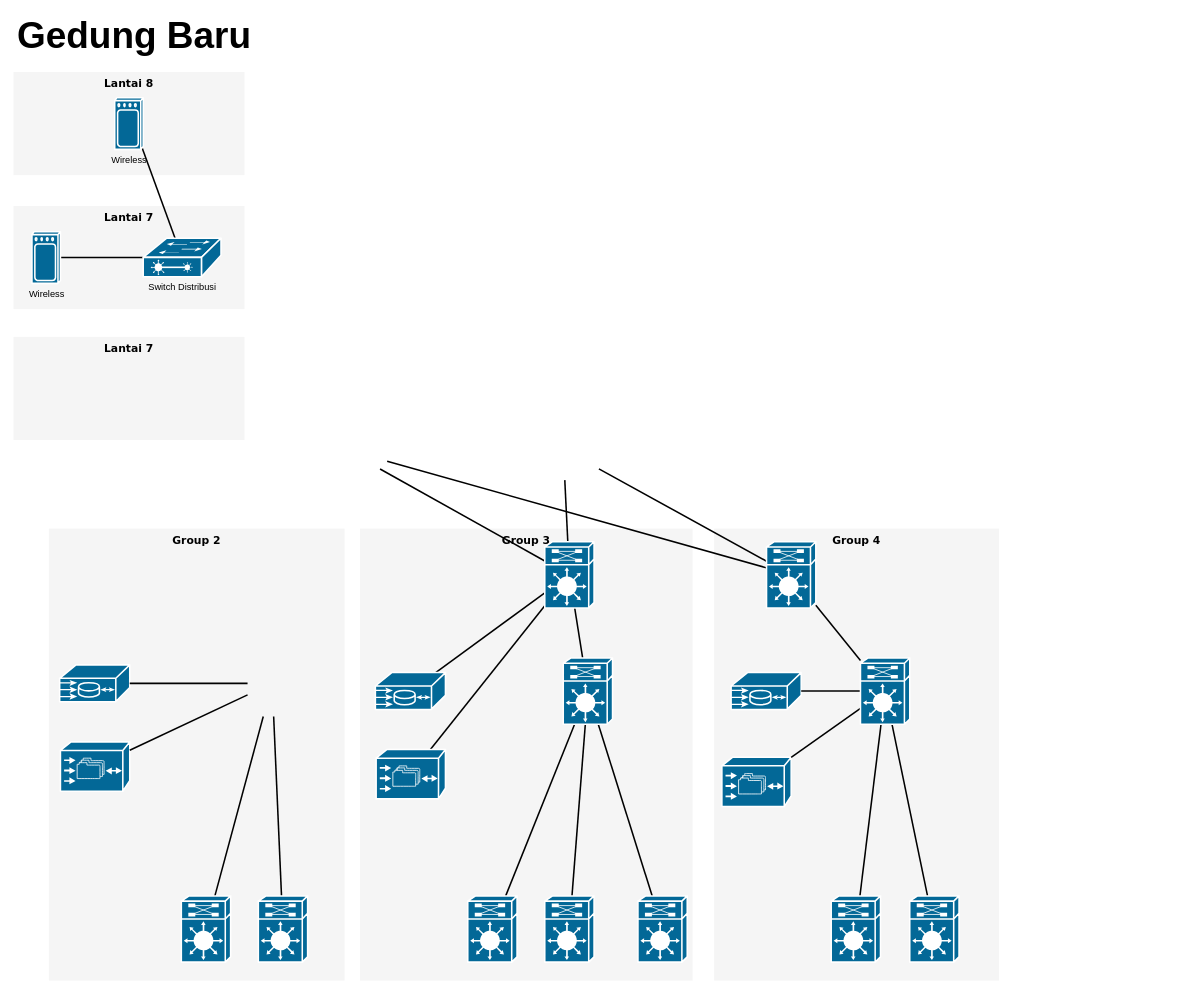
Before: Untitled Diagram.drawio in kaliadi/proyek-ku, a draw.io diagram. Source tidied: cells renumbered, new cells numbered last; positions are measured from the earlier drawing's top-left corner, leaving out a move shared by most shapes. Both pictures are drawn from the tidied source at 77%, with x=0, y=0 at pixel (13, 21).
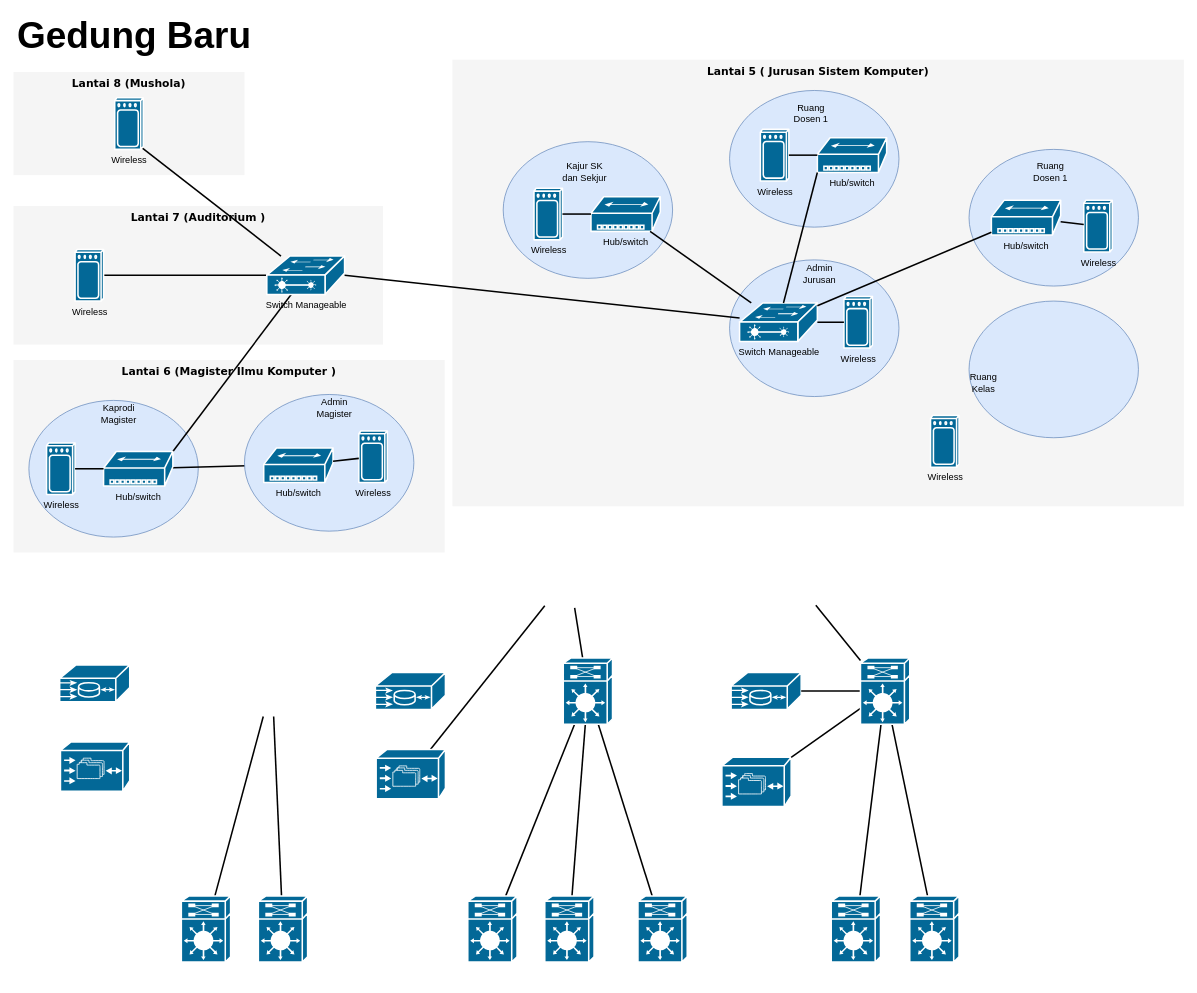
The same page after the edit.

The change refers to these unchanged cells:
```xml
<mxCell id="19" style="shape=mxgraph.cisco.misc.me1100;html=1;dashed=0;fillColor=#036897;strokeColor=#ffffff;strokeWidth=2;verticalLabelPosition=bottom;verticalAlign=top;rounded=0;shadow=0;comic=0;fontFamily=Verdana;fontSize=12;" parent="1" vertex="1">
  <mxGeometry x="60" y="836" width="91" height="48" as="geometry" />
</mxCell>
<mxCell id="20" style="shape=mxgraph.cisco.storage.cisco_file_engine;html=1;dashed=0;fillColor=#036897;strokeColor=#ffffff;strokeWidth=2;verticalLabelPosition=bottom;verticalAlign=top;rounded=0;shadow=0;comic=0;fontFamily=Verdana;fontSize=12;" parent="1" vertex="1">
  <mxGeometry x="61" y="936" width="90" height="64" as="geometry" />
</mxCell>
<mxCell id="25" style="shape=mxgraph.cisco.misc.me1100;html=1;dashed=0;fillColor=#036897;strokeColor=#ffffff;strokeWidth=2;verticalLabelPosition=bottom;verticalAlign=top;rounded=0;shadow=0;comic=0;fontFamily=Verdana;fontSize=12;" parent="1" vertex="1">
  <mxGeometry x="470" y="846" width="91" height="48" as="geometry" />
</mxCell>
<mxCell id="26" style="shape=mxgraph.cisco.storage.cisco_file_engine;html=1;dashed=0;fillColor=#036897;strokeColor=#ffffff;strokeWidth=2;verticalLabelPosition=bottom;verticalAlign=top;rounded=0;shadow=0;comic=0;fontFamily=Verdana;fontSize=12;" parent="1" vertex="1">
  <mxGeometry x="471" y="946" width="90" height="64" as="geometry" />
</mxCell>
<mxCell id="30" style="shape=mxgraph.cisco.misc.route_switch_processor;html=1;dashed=0;fillColor=#036897;strokeColor=#ffffff;strokeWidth=2;verticalLabelPosition=bottom;verticalAlign=top;rounded=0;shadow=0;comic=0;fontFamily=Verdana;fontSize=12;" parent="1" vertex="1">
  <mxGeometry x="714" y="827" width="64" height="86" as="geometry" />
</mxCell>
<mxCell id="37" style="shape=mxgraph.cisco.misc.route_switch_processor;html=1;dashed=0;fillColor=#036897;strokeColor=#ffffff;strokeWidth=2;verticalLabelPosition=bottom;verticalAlign=top;rounded=0;shadow=0;comic=0;fontFamily=Verdana;fontSize=12;" parent="1" vertex="1">
  <mxGeometry x="1100" y="827" width="64" height="86" as="geometry" />
</mxCell>
```

The edit, as a diff of the source:
```diff
@@
+    <mxCell id="5" value="Lantai 5 ( Jurusan Sistem Komputer)" style="whiteSpace=wrap;html=1;rounded=0;shadow=0;comic=0;strokeWidth=1;fontFamily=Verdana;fontSize=14;fillColor=#f5f5f5;strokeColor=none;fontStyle=1;verticalAlign=top;" parent="1" vertex="1">
+      <mxGeometry x="570" y="50" width="950" height="580" as="geometry" />
+    </mxCell>
+    <mxCell id="50" style="group;" parent="1" vertex="1">
+      <mxGeometry x="1241" y="166.5" width="220" height="177.5" as="geometry" />
+    </mxCell>
+    <mxCell id="51" style="ellipse;whiteSpace=wrap;html=1;fillColor=#dae8fc;strokeColor=#6c8ebf;" parent="50" vertex="1">
+      <mxGeometry width="220" height="177.5" as="geometry" />
+    </mxCell>
+    <mxCell id="52" value="Hub/switch" style="shape=mxgraph.cisco.hubs_and_gateways.small_hub;html=1;dashed=0;fillColor=#036897;strokeColor=#ffffff;strokeWidth=2;verticalLabelPosition=bottom;verticalAlign=top;align=center;outlineConnect=0;" parent="50" vertex="1">
+      <mxGeometry x="29" y="66.2" width="90" height="45" as="geometry" />
+    </mxCell>
+    <mxCell id="53" value="Ruang Dosen 1" style="text;html=1;strokeColor=none;fillColor=none;align=center;verticalAlign=middle;whiteSpace=wrap;rounded=0;" parent="50" vertex="1">
+      <mxGeometry x="70" y="20" width="72" height="19.5" as="geometry" />
+    </mxCell>
+    <mxCell id="54" value="Wireless" style="shape=mxgraph.cisco.wireless.wireless;html=1;dashed=0;fillColor=#036897;strokeColor=#ffffff;strokeWidth=2;verticalLabelPosition=bottom;verticalAlign=top;align=center;outlineConnect=0;" parent="50" vertex="1">
+      <mxGeometry x="149" y="66.2" width="37" height="67" as="geometry" />
+    </mxCell>
+    <mxCell id="55" style="edgeStyle=none;html=1;labelBackgroundColor=none;startFill=0;endArrow=none;endFill=0;strokeWidth=2;fontFamily=Verdana;fontSize=12;" parent="50" edge="1" source="54" target="52">
+      <mxGeometry relative="1" as="geometry" />
+    </mxCell>
+    <mxCell id="49" value="Lantai 6 (Magister Ilmu Komputer ) " style="whiteSpace=wrap;html=1;rounded=0;shadow=0;comic=0;strokeWidth=1;fontFamily=Verdana;fontSize=14;fillColor=#f5f5f5;strokeColor=none;verticalAlign=top;fontStyle=1;" parent="1" vertex="1">
+      <mxGeometry y="440" width="560" height="250" as="geometry" />
+    </mxCell>
+    <mxCell id="56" style="ellipse;whiteSpace=wrap;html=1;fillColor=#dae8fc;strokeColor=#6c8ebf;" parent="1" vertex="1">
+      <mxGeometry x="20" y="492.5" width="220" height="177.5" as="geometry" />
+    </mxCell>
-    <mxCell id="2" value="Lantai 7 " style="whiteSpace=wrap;html=1;rounded=0;shadow=0;comic=0;strokeWidth=1;fontFamily=Verdana;fontSize=14;fillColor=#f5f5f5;strokeColor=none;verticalAlign=top;fontStyle=1;" parent="1" vertex="1">
-      <mxGeometry y="240" width="300" height="134" as="geometry" />
+    <mxCell id="2" value="Lantai 7 (Auditorium ) " style="whiteSpace=wrap;html=1;rounded=0;shadow=0;comic=0;strokeWidth=1;fontFamily=Verdana;fontSize=14;fillColor=#f5f5f5;strokeColor=none;verticalAlign=top;fontStyle=1;" parent="1" vertex="1">
+      <mxGeometry y="240" width="480" height="180" as="geometry" />
     </mxCell>
-    <mxCell id="3" value="Lantai 8 " style="whiteSpace=wrap;html=1;rounded=0;shadow=0;comic=0;strokeWidth=1;fontFamily=Verdana;fontSize=14;fillColor=#f5f5f5;strokeColor=none;verticalAlign=top;fontStyle=1;" parent="1" vertex="1">
+    <mxCell id="3" value="Lantai 8 (Mushola) " style="whiteSpace=wrap;html=1;rounded=0;shadow=0;comic=0;strokeWidth=1;fontFamily=Verdana;fontSize=14;fillColor=#f5f5f5;strokeColor=none;verticalAlign=top;fontStyle=1;" parent="1" vertex="1">
       <mxGeometry y="66" width="300" height="134" as="geometry" />
     </mxCell>
-    <mxCell id="4" value="Group 4" style="whiteSpace=wrap;html=1;rounded=0;shadow=0;comic=0;strokeWidth=1;fontFamily=Verdana;fontSize=14;fillColor=#f5f5f5;strokeColor=none;fontStyle=1;verticalAlign=top;" parent="1" vertex="1">
-      <mxGeometry x="910" y="659" width="370" height="587" as="geometry" />
-    </mxCell>
-    <mxCell id="5" value="Group 3" style="whiteSpace=wrap;html=1;rounded=0;shadow=0;comic=0;strokeWidth=1;fontFamily=Verdana;fontSize=14;fillColor=#f5f5f5;strokeColor=none;fontStyle=1;verticalAlign=top;" parent="1" vertex="1">
-      <mxGeometry x="450" y="659" width="432" height="587" as="geometry" />
-    </mxCell>
-    <mxCell id="6" value="Group 2" style="whiteSpace=wrap;html=1;rounded=0;shadow=0;comic=0;strokeWidth=1;fontFamily=Verdana;fontSize=14;fillColor=#f5f5f5;strokeColor=none;fontStyle=1;verticalAlign=top;" parent="1" vertex="1">
-      <mxGeometry x="46" y="659" width="384" height="587" as="geometry" />
-    </mxCell>
@@
-    <mxCell id="8" style="edgeStyle=none;html=1;labelBackgroundColor=none;startFill=0;endArrow=none;endFill=0;strokeWidth=2;fontFamily=Verdana;fontSize=12;" parent="1" edge="1" target="16">
-      <mxGeometry relative="1" as="geometry">
-        <mxPoint x="476.1" y="581.6" as="sourcePoint" />
-      </mxGeometry>
-    </mxCell>
-    <mxCell id="9" style="edgeStyle=none;html=1;labelBackgroundColor=none;startFill=0;endArrow=none;endFill=0;strokeWidth=2;fontFamily=Verdana;fontSize=12;" parent="1" edge="1" target="18">
-      <mxGeometry relative="1" as="geometry">
-        <mxPoint x="485.3" y="571.5" as="sourcePoint" />
-      </mxGeometry>
-    </mxCell>
-    <mxCell id="10" style="edgeStyle=none;html=1;labelBackgroundColor=none;startFill=0;endArrow=none;endFill=0;strokeWidth=2;fontFamily=Verdana;fontSize=12;" parent="1" edge="1" target="16">
-      <mxGeometry relative="1" as="geometry">
-        <mxPoint x="716" y="596" as="sourcePoint" />
-      </mxGeometry>
-    </mxCell>
-    <mxCell id="11" style="edgeStyle=none;html=1;labelBackgroundColor=none;startFill=0;endArrow=none;endFill=0;strokeWidth=2;fontFamily=Verdana;fontSize=12;" parent="1" edge="1" target="18">
-      <mxGeometry relative="1" as="geometry">
-        <mxPoint x="760.3" y="581.4" as="sourcePoint" />
-      </mxGeometry>
-    </mxCell>
@@
-    <mxCell id="13" style="edgeStyle=none;html=1;labelBackgroundColor=none;startFill=0;endArrow=none;endFill=0;strokeWidth=2;fontFamily=Verdana;fontSize=12;" parent="1" edge="1" source="16" target="30">
-      <mxGeometry relative="1" as="geometry" />
+    <mxCell id="13" style="edgeStyle=none;html=1;labelBackgroundColor=none;startFill=0;endArrow=none;endFill=0;strokeWidth=2;fontFamily=Verdana;fontSize=12;" parent="1" edge="1" target="30">
+      <mxGeometry relative="1" as="geometry">
+        <mxPoint x="728.8" y="762" as="sourcePoint" />
+      </mxGeometry>
     </mxCell>
-    <mxCell id="14" style="edgeStyle=none;html=1;labelBackgroundColor=none;startFill=0;endArrow=none;endFill=0;strokeWidth=2;fontFamily=Verdana;fontSize=12;" parent="1" edge="1" source="16" target="25">
-      <mxGeometry relative="1" as="geometry" />
-    </mxCell>
-    <mxCell id="15" style="edgeStyle=none;html=1;labelBackgroundColor=none;startFill=0;endArrow=none;endFill=0;strokeWidth=2;fontFamily=Verdana;fontSize=12;" parent="1" edge="1" source="16" target="26">
-      <mxGeometry relative="1" as="geometry" />
+    <mxCell id="15" style="edgeStyle=none;html=1;labelBackgroundColor=none;startFill=0;endArrow=none;endFill=0;strokeWidth=2;fontFamily=Verdana;fontSize=12;" parent="1" edge="1" target="26">
+      <mxGeometry relative="1" as="geometry">
+        <mxPoint x="690" y="759.2" as="sourcePoint" />
+      </mxGeometry>
     </mxCell>
-    <mxCell id="16" style="shape=mxgraph.cisco.misc.route_switch_processor;html=1;dashed=0;fillColor=#036897;strokeColor=#ffffff;strokeWidth=2;verticalLabelPosition=bottom;verticalAlign=top;rounded=0;shadow=0;comic=0;fontFamily=Verdana;fontSize=12;" parent="1" vertex="1">
-      <mxGeometry x="690" y="676" width="64" height="86" as="geometry" />
-    </mxCell>
-    <mxCell id="17" style="edgeStyle=none;html=1;labelBackgroundColor=none;startFill=0;endArrow=none;endFill=0;strokeWidth=2;fontFamily=Verdana;fontSize=12;" parent="1" edge="1" source="18" target="37">
-      <mxGeometry relative="1" as="geometry" />
+    <mxCell id="17" style="edgeStyle=none;html=1;labelBackgroundColor=none;startFill=0;endArrow=none;endFill=0;strokeWidth=2;fontFamily=Verdana;fontSize=12;" parent="1" edge="1" target="37">
+      <mxGeometry relative="1" as="geometry">
+        <mxPoint x="1042" y="758.6" as="sourcePoint" />
+      </mxGeometry>
     </mxCell>
-    <mxCell id="18" style="shape=mxgraph.cisco.misc.route_switch_processor;html=1;dashed=0;fillColor=#036897;strokeColor=#ffffff;strokeWidth=2;verticalLabelPosition=bottom;verticalAlign=top;rounded=0;shadow=0;comic=0;fontFamily=Verdana;fontSize=12;" parent="1" vertex="1">
-      <mxGeometry x="978" y="676" width="64" height="86" as="geometry" />
-    </mxCell>
@@
-    <mxCell id="21" style="edgeStyle=none;html=1;labelBackgroundColor=none;startFill=0;endArrow=none;endFill=0;strokeWidth=2;fontFamily=Verdana;fontSize=12;" parent="1" edge="1" target="19">
-      <mxGeometry relative="1" as="geometry">
-        <mxPoint x="304" y="860" as="sourcePoint" />
-      </mxGeometry>
+    <mxCell id="21" style="edgeStyle=none;html=1;labelBackgroundColor=none;startFill=0;endArrow=none;endFill=0;strokeWidth=2;fontFamily=Verdana;fontSize=12;entryX=1;entryY=0;entryDx=0;entryDy=0;entryPerimeter=0;" parent="1" edge="1" source="47" target="57">
+      <mxGeometry relative="1" as="geometry" />
     </mxCell>
-    <mxCell id="22" style="edgeStyle=none;html=1;labelBackgroundColor=none;startFill=0;endArrow=none;endFill=0;strokeWidth=2;fontFamily=Verdana;fontSize=12;" parent="1" edge="1" target="20">
-      <mxGeometry relative="1" as="geometry">
-        <mxPoint x="304" y="875" as="sourcePoint" />
-      </mxGeometry>
+    <mxCell id="22" style="edgeStyle=none;html=1;labelBackgroundColor=none;startFill=0;endArrow=none;endFill=0;strokeWidth=2;fontFamily=Verdana;fontSize=12;exitX=0;exitY=0.5;exitDx=0;exitDy=0;exitPerimeter=0;" parent="1" edge="1" source="62" target="57">
+      <mxGeometry relative="1" as="geometry" />
     </mxCell>
@@
-    <mxCell id="47" value="&lt;div&gt;Switch Distribusi&lt;/div&gt;" style="shape=mxgraph.cisco.switches.layer_2_remote_switch;html=1;dashed=0;fillColor=#036897;strokeColor=#ffffff;strokeWidth=2;verticalLabelPosition=bottom;verticalAlign=top;align=center;outlineConnect=0;" parent="1" vertex="1">
-      <mxGeometry x="168.5" y="282" width="101" height="50" as="geometry" />
+    <mxCell id="47" value="&lt;div&gt;Switch Manageable&lt;br&gt;&lt;/div&gt;" style="shape=mxgraph.cisco.switches.layer_2_remote_switch;html=1;dashed=0;fillColor=#036897;strokeColor=#ffffff;strokeWidth=2;verticalLabelPosition=bottom;verticalAlign=top;align=center;outlineConnect=0;" parent="1" vertex="1">
+      <mxGeometry x="329" y="305" width="101" height="50" as="geometry" />
     </mxCell>
     <mxCell id="48" value="Wireless" style="shape=mxgraph.cisco.wireless.wireless;html=1;dashed=0;fillColor=#036897;strokeColor=#ffffff;strokeWidth=2;verticalLabelPosition=bottom;verticalAlign=top;align=center;outlineConnect=0;" parent="1" vertex="1">
-      <mxGeometry x="24" y="273.5" width="37" height="67" as="geometry" />
+      <mxGeometry x="80" y="296.5" width="37" height="67" as="geometry" />
     </mxCell>
-    <mxCell id="49" value="Lantai 7 " style="whiteSpace=wrap;html=1;rounded=0;shadow=0;comic=0;strokeWidth=1;fontFamily=Verdana;fontSize=14;fillColor=#f5f5f5;strokeColor=none;verticalAlign=top;fontStyle=1;" parent="1" vertex="1">
-      <mxGeometry y="410" width="300" height="134" as="geometry" />
-    </mxCell>
+    <mxCell id="57" value="Hub/switch" style="shape=mxgraph.cisco.hubs_and_gateways.small_hub;html=1;dashed=0;fillColor=#036897;strokeColor=#ffffff;strokeWidth=2;verticalLabelPosition=bottom;verticalAlign=top;align=center;outlineConnect=0;" parent="1" vertex="1">
+      <mxGeometry x="117" y="558.8" width="90" height="45" as="geometry" />
+    </mxCell>
+    <mxCell id="58" value="Kaprodi Magister" style="text;html=1;strokeColor=none;fillColor=none;align=center;verticalAlign=middle;whiteSpace=wrap;rounded=0;" parent="1" vertex="1">
+      <mxGeometry x="117" y="500" width="40" height="20" as="geometry" />
+    </mxCell>
+    <mxCell id="59" value="Wireless" style="shape=mxgraph.cisco.wireless.wireless;html=1;dashed=0;fillColor=#036897;strokeColor=#ffffff;strokeWidth=2;verticalLabelPosition=bottom;verticalAlign=top;align=center;outlineConnect=0;" parent="1" vertex="1">
+      <mxGeometry x="43" y="547.8" width="37" height="67" as="geometry" />
+    </mxCell>
+    <mxCell id="60" style="edgeStyle=none;html=1;labelBackgroundColor=none;startFill=0;endArrow=none;endFill=0;strokeWidth=2;fontFamily=Verdana;fontSize=12;" parent="1" edge="1" source="59" target="57">
+      <mxGeometry relative="1" as="geometry" />
+    </mxCell>
+    <mxCell id="61" style="ellipse;whiteSpace=wrap;html=1;fillColor=#dae8fc;strokeColor=#6c8ebf;" parent="1" vertex="1">
+      <mxGeometry x="300" y="484.8" width="220" height="177.5" as="geometry" />
+    </mxCell>
+    <mxCell id="62" value="Hub/switch" style="shape=mxgraph.cisco.hubs_and_gateways.small_hub;html=1;dashed=0;fillColor=#036897;strokeColor=#ffffff;strokeWidth=2;verticalLabelPosition=bottom;verticalAlign=top;align=center;outlineConnect=0;" parent="1" vertex="1">
+      <mxGeometry x="325" y="554.2" width="90" height="45" as="geometry" />
+    </mxCell>
+    <mxCell id="63" value="Admin Magister" style="text;html=1;strokeColor=none;fillColor=none;align=center;verticalAlign=middle;whiteSpace=wrap;rounded=0;" parent="1" vertex="1">
+      <mxGeometry x="397" y="492.2" width="40" height="20" as="geometry" />
+    </mxCell>
+    <mxCell id="64" value="Wireless" style="shape=mxgraph.cisco.wireless.wireless;html=1;dashed=0;fillColor=#036897;strokeColor=#ffffff;strokeWidth=2;verticalLabelPosition=bottom;verticalAlign=top;align=center;outlineConnect=0;" parent="1" vertex="1">
+      <mxGeometry x="448.5" y="532.2" width="37" height="67" as="geometry" />
+    </mxCell>
+    <mxCell id="65" style="edgeStyle=none;html=1;labelBackgroundColor=none;startFill=0;endArrow=none;endFill=0;strokeWidth=2;fontFamily=Verdana;fontSize=12;" parent="1" edge="1" source="64" target="62">
+      <mxGeometry relative="1" as="geometry" />
+    </mxCell>
+    <mxCell id="66" style="group;" parent="1" vertex="1">
+      <mxGeometry x="930" y="310" width="220" height="177.5" as="geometry" />
+    </mxCell>
+    <mxCell id="67" style="ellipse;whiteSpace=wrap;html=1;fillColor=#dae8fc;strokeColor=#6c8ebf;" parent="66" vertex="1">
+      <mxGeometry width="220" height="177.5" as="geometry" />
+    </mxCell>
+    <mxCell id="68" value="Admin Jurusan" style="text;html=1;strokeColor=none;fillColor=none;align=center;verticalAlign=middle;whiteSpace=wrap;rounded=0;" parent="66" vertex="1">
+      <mxGeometry x="97" y="7.5" width="40" height="20" as="geometry" />
+    </mxCell>
+    <mxCell id="69" value="Wireless" style="shape=mxgraph.cisco.wireless.wireless;html=1;dashed=0;fillColor=#036897;strokeColor=#ffffff;strokeWidth=2;verticalLabelPosition=bottom;verticalAlign=top;align=center;outlineConnect=0;" parent="66" vertex="1">
+      <mxGeometry x="148.5" y="47.5" width="37" height="67" as="geometry" />
+    </mxCell>
+    <mxCell id="70" style="edgeStyle=none;html=1;labelBackgroundColor=none;startFill=0;endArrow=none;endFill=0;strokeWidth=2;fontFamily=Verdana;fontSize=12;" parent="66" edge="1" source="69" target="71">
+      <mxGeometry relative="1" as="geometry" />
+    </mxCell>
+    <mxCell id="71" value="&lt;div&gt;Switch Manageable&lt;br&gt;&lt;/div&gt;" style="shape=mxgraph.cisco.switches.layer_2_remote_switch;html=1;dashed=0;fillColor=#036897;strokeColor=#ffffff;strokeWidth=2;verticalLabelPosition=bottom;verticalAlign=top;align=center;outlineConnect=0;" parent="66" vertex="1">
+      <mxGeometry x="13" y="56" width="101" height="50" as="geometry" />
+    </mxCell>
+    <mxCell id="72" style="group;" parent="1" vertex="1">
+      <mxGeometry x="930" y="90" width="220" height="177.5" as="geometry" />
+    </mxCell>
+    <mxCell id="73" style="ellipse;whiteSpace=wrap;html=1;fillColor=#dae8fc;strokeColor=#6c8ebf;" parent="72" vertex="1">
+      <mxGeometry width="220" height="177.5" as="geometry" />
+    </mxCell>
+    <mxCell id="74" value="Hub/switch" style="shape=mxgraph.cisco.hubs_and_gateways.small_hub;html=1;dashed=0;fillColor=#036897;strokeColor=#ffffff;strokeWidth=2;verticalLabelPosition=bottom;verticalAlign=top;align=center;outlineConnect=0;" parent="72" vertex="1">
+      <mxGeometry x="114" y="61.5" width="90" height="45" as="geometry" />
+    </mxCell>
+    <mxCell id="75" value="Ruang Dosen 1" style="text;html=1;strokeColor=none;fillColor=none;align=center;verticalAlign=middle;whiteSpace=wrap;rounded=0;" parent="72" vertex="1">
+      <mxGeometry x="70" y="20" width="72" height="19.5" as="geometry" />
+    </mxCell>
+    <mxCell id="76" value="Wireless" style="shape=mxgraph.cisco.wireless.wireless;html=1;dashed=0;fillColor=#036897;strokeColor=#ffffff;strokeWidth=2;verticalLabelPosition=bottom;verticalAlign=top;align=center;outlineConnect=0;" parent="72" vertex="1">
+      <mxGeometry x="40" y="50.5" width="37" height="67" as="geometry" />
+    </mxCell>
+    <mxCell id="77" style="edgeStyle=none;html=1;labelBackgroundColor=none;startFill=0;endArrow=none;endFill=0;strokeWidth=2;fontFamily=Verdana;fontSize=12;" parent="72" edge="1" source="76" target="74">
+      <mxGeometry relative="1" as="geometry" />
+    </mxCell>
+    <mxCell id="78" style="edgeStyle=none;html=1;labelBackgroundColor=none;startFill=0;endArrow=none;endFill=0;strokeWidth=2;fontFamily=Verdana;fontSize=12;" parent="1" edge="1" source="71" target="52">
+      <mxGeometry relative="1" as="geometry" />
+    </mxCell>
+    <mxCell id="14" style="edgeStyle=none;html=1;labelBackgroundColor=none;startFill=0;endArrow=none;endFill=0;strokeWidth=2;fontFamily=Verdana;fontSize=12;entryX=1;entryY=0.5;entryDx=0;entryDy=0;entryPerimeter=0;" parent="1" edge="1" source="71" target="47">
+      <mxGeometry relative="1" as="geometry" />
+    </mxCell>
+    <mxCell id="79" style="edgeStyle=none;html=1;labelBackgroundColor=none;startFill=0;endArrow=none;endFill=0;strokeWidth=2;fontFamily=Verdana;fontSize=12;entryX=0;entryY=1;entryDx=0;entryDy=0;entryPerimeter=0;" parent="1" edge="1" source="71" target="74">
+      <mxGeometry relative="1" as="geometry" />
+    </mxCell>
+    <mxCell id="80" style="group;" parent="1" vertex="1">
+      <mxGeometry x="636" y="166.5" width="220" height="177.5" as="geometry" />
+    </mxCell>
+    <mxCell id="81" style="ellipse;whiteSpace=wrap;html=1;fillColor=#dae8fc;strokeColor=#6c8ebf;" parent="80" vertex="1">
+      <mxGeometry y="-10" width="220" height="177.5" as="geometry" />
+    </mxCell>
+    <mxCell id="82" value="Hub/switch" style="shape=mxgraph.cisco.hubs_and_gateways.small_hub;html=1;dashed=0;fillColor=#036897;strokeColor=#ffffff;strokeWidth=2;verticalLabelPosition=bottom;verticalAlign=top;align=center;outlineConnect=0;" parent="80" vertex="1">
+      <mxGeometry x="114" y="61.5" width="90" height="45" as="geometry" />
+    </mxCell>
+    <mxCell id="83" value="Kajur SK dan Sekjur" style="text;html=1;strokeColor=none;fillColor=none;align=center;verticalAlign=middle;whiteSpace=wrap;rounded=0;" parent="80" vertex="1">
+      <mxGeometry x="70" y="20" width="72" height="19.5" as="geometry" />
+    </mxCell>
+    <mxCell id="84" value="Wireless" style="shape=mxgraph.cisco.wireless.wireless;html=1;dashed=0;fillColor=#036897;strokeColor=#ffffff;strokeWidth=2;verticalLabelPosition=bottom;verticalAlign=top;align=center;outlineConnect=0;" parent="80" vertex="1">
+      <mxGeometry x="40" y="50.5" width="37" height="67" as="geometry" />
+    </mxCell>
+    <mxCell id="85" style="edgeStyle=none;html=1;labelBackgroundColor=none;startFill=0;endArrow=none;endFill=0;strokeWidth=2;fontFamily=Verdana;fontSize=12;" parent="80" edge="1" source="84" target="82">
+      <mxGeometry relative="1" as="geometry" />
+    </mxCell>
+    <mxCell id="86" style="edgeStyle=none;html=1;labelBackgroundColor=none;startFill=0;endArrow=none;endFill=0;strokeWidth=2;fontFamily=Verdana;fontSize=12;" parent="1" edge="1" source="71" target="82">
+      <mxGeometry relative="1" as="geometry" />
+    </mxCell>
+    <mxCell id="87" style="ellipse;whiteSpace=wrap;html=1;fillColor=#dae8fc;strokeColor=#6c8ebf;" parent="1" vertex="1">
+      <mxGeometry x="1241" y="363.5" width="220" height="177.5" as="geometry" />
+    </mxCell>
+    <mxCell id="88" value="Ruang Kelas" style="text;html=1;strokeColor=none;fillColor=none;align=center;verticalAlign=middle;whiteSpace=wrap;rounded=0;" parent="1" vertex="1">
+      <mxGeometry x="1240" y="460" width="40" height="20" as="geometry" />
+    </mxCell>
+    <mxCell id="89" value="Wireless" style="shape=mxgraph.cisco.wireless.wireless;html=1;dashed=0;fillColor=#036897;strokeColor=#ffffff;strokeWidth=2;verticalLabelPosition=bottom;verticalAlign=top;align=center;" parent="1" vertex="1">
+      <mxGeometry x="1191" y="512.2" width="37" height="67" as="geometry" />
+    </mxCell>
```
